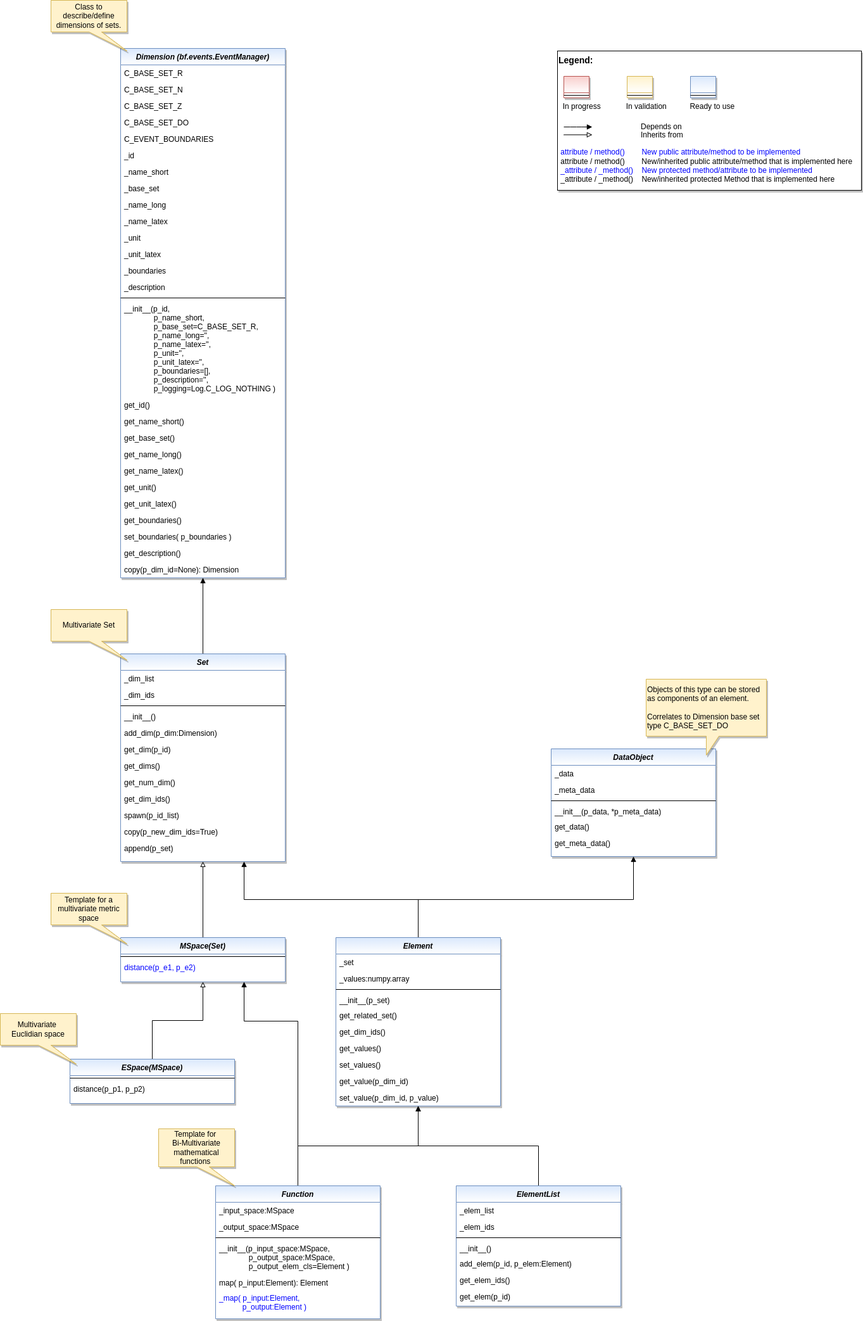
The draw.io diagram doc/rtd/content/append2/core/images/bf/MLPro-BF-Math_class_diagram.drawio.png in fhswf/MLPro, before a commit. Source tidied: cells renumbered, new cells last; positions are measured from the earlier drawing's top-left corner, leaving out a move shared by most shapes.
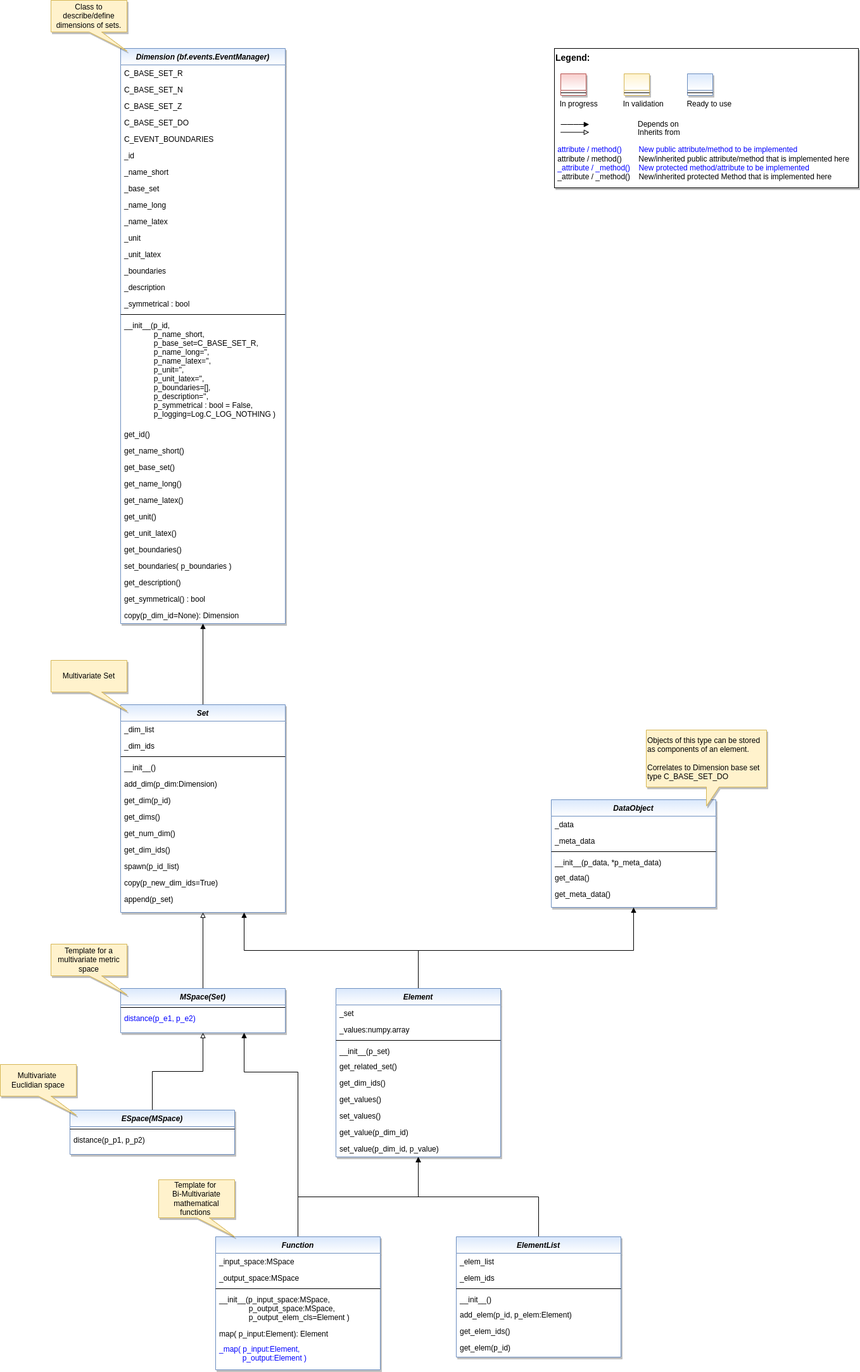
Later version of the same file.

Commit message:
Class Dimension, new property symmetrical

What changed in the source:
```diff
@@ -45,7 +45,7 @@
       <mxGeometry y="294" width="260" height="26" as="geometry" />
     </mxCell>
     <mxCell id="16" value="Dimension (bf.events.EventManager)" style="swimlane;fontStyle=3;align=center;verticalAlign=top;horizontal=1;startSize=26;rounded=0;shadow=1;strokeWidth=1;fillColor=#dae8fc;strokeColor=#6c8ebf;glass=0;gradientColor=#ffffff;swimlaneFillColor=#ffffff;" parent="1" vertex="1">
-      <mxGeometry x="190" y="76" width="260" height="836" as="geometry" />
+      <mxGeometry x="190" y="-4" width="260" height="908" as="geometry" />
     </mxCell>
     <mxCell id="17" value="C_BASE_SET_R" style="text;align=left;verticalAlign=top;spacingLeft=4;spacingRight=4;overflow=hidden;" parent="16" vertex="1">
       <mxGeometry y="26" width="260" height="26" as="geometry" />
@@ -89,44 +89,50 @@
     <mxCell id="30" value="_description" style="text;align=left;verticalAlign=top;spacingLeft=4;spacingRight=4;overflow=hidden;" parent="16" vertex="1">
       <mxGeometry y="364" width="260" height="26" as="geometry" />
     </mxCell>
+    <mxCell id="108" value="_symmetrical : bool" style="text;align=left;verticalAlign=top;spacingLeft=4;spacingRight=4;overflow=hidden;" parent="16" vertex="1">
+      <mxGeometry y="390" width="260" height="26" as="geometry" />
+    </mxCell>
     <mxCell id="31" style="line;html=1;strokeWidth=1;align=left;verticalAlign=middle;spacingTop=-1;spacingLeft=3;spacingRight=3;labelPosition=right;" parent="16" vertex="1">
-      <mxGeometry y="390" width="260" height="8" as="geometry" />
+      <mxGeometry y="416" width="260" height="8" as="geometry" />
     </mxCell>
-    <mxCell id="32" value="__init__(p_id, &#10;              p_name_short, &#10;              p_base_set=C_BASE_SET_R,&#10;              p_name_long='', &#10;              p_name_latex='', &#10;              p_unit='', &#10;              p_unit_latex='', &#10;              p_boundaries=[], &#10;              p_description='',&#10;              p_logging=Log.C_LOG_NOTHING )" style="text;align=left;verticalAlign=top;spacingLeft=4;spacingRight=4;overflow=hidden;" parent="16" vertex="1">
-      <mxGeometry y="398" width="260" height="152" as="geometry" />
+    <mxCell id="32" value="__init__(p_id, &#10;              p_name_short, &#10;              p_base_set=C_BASE_SET_R,&#10;              p_name_long='', &#10;              p_name_latex='', &#10;              p_unit='', &#10;              p_unit_latex='', &#10;              p_boundaries=[], &#10;              p_description='',&#10;              p_symmetrical : bool = False,&#10;              p_logging=Log.C_LOG_NOTHING )" style="text;align=left;verticalAlign=top;spacingLeft=4;spacingRight=4;overflow=hidden;" parent="16" vertex="1">
+      <mxGeometry y="424" width="260" height="172" as="geometry" />
     </mxCell>
     <mxCell id="33" value="get_id()" style="text;align=left;verticalAlign=top;spacingLeft=4;spacingRight=4;overflow=hidden;" parent="16" vertex="1">
-      <mxGeometry y="550" width="260" height="26" as="geometry" />
+      <mxGeometry y="596" width="260" height="26" as="geometry" />
     </mxCell>
     <mxCell id="34" value="get_name_short()" style="text;align=left;verticalAlign=top;spacingLeft=4;spacingRight=4;overflow=hidden;" parent="16" vertex="1">
-      <mxGeometry y="576" width="260" height="26" as="geometry" />
+      <mxGeometry y="622" width="260" height="26" as="geometry" />
     </mxCell>
     <mxCell id="35" value="get_base_set()" style="text;align=left;verticalAlign=top;spacingLeft=4;spacingRight=4;overflow=hidden;" parent="16" vertex="1">
-      <mxGeometry y="602" width="260" height="26" as="geometry" />
+      <mxGeometry y="648" width="260" height="26" as="geometry" />
     </mxCell>
     <mxCell id="36" value="get_name_long()" style="text;align=left;verticalAlign=top;spacingLeft=4;spacingRight=4;overflow=hidden;" parent="16" vertex="1">
-      <mxGeometry y="628" width="260" height="26" as="geometry" />
+      <mxGeometry y="674" width="260" height="26" as="geometry" />
     </mxCell>
     <mxCell id="37" value="get_name_latex()" style="text;align=left;verticalAlign=top;spacingLeft=4;spacingRight=4;overflow=hidden;" parent="16" vertex="1">
-      <mxGeometry y="654" width="260" height="26" as="geometry" />
+      <mxGeometry y="700" width="260" height="26" as="geometry" />
     </mxCell>
     <mxCell id="38" value="get_unit()" style="text;align=left;verticalAlign=top;spacingLeft=4;spacingRight=4;overflow=hidden;" parent="16" vertex="1">
-      <mxGeometry y="680" width="260" height="26" as="geometry" />
+      <mxGeometry y="726" width="260" height="26" as="geometry" />
     </mxCell>
     <mxCell id="39" value="get_unit_latex()" style="text;align=left;verticalAlign=top;spacingLeft=4;spacingRight=4;overflow=hidden;" parent="16" vertex="1">
-      <mxGeometry y="706" width="260" height="26" as="geometry" />
+      <mxGeometry y="752" width="260" height="26" as="geometry" />
     </mxCell>
     <mxCell id="40" value="get_boundaries()" style="text;align=left;verticalAlign=top;spacingLeft=4;spacingRight=4;overflow=hidden;" parent="16" vertex="1">
-      <mxGeometry y="732" width="260" height="26" as="geometry" />
+      <mxGeometry y="778" width="260" height="26" as="geometry" />
     </mxCell>
     <mxCell id="41" value="set_boundaries( p_boundaries )" style="text;align=left;verticalAlign=top;spacingLeft=4;spacingRight=4;overflow=hidden;" parent="16" vertex="1">
-      <mxGeometry y="758" width="260" height="26" as="geometry" />
+      <mxGeometry y="804" width="260" height="26" as="geometry" />
     </mxCell>
     <mxCell id="42" value="get_description()" style="text;align=left;verticalAlign=top;spacingLeft=4;spacingRight=4;overflow=hidden;" parent="16" vertex="1">
-      <mxGeometry y="784" width="260" height="26" as="geometry" />
+      <mxGeometry y="830" width="260" height="26" as="geometry" />
     </mxCell>
+    <mxCell id="109" value="get_symmetrical() : bool" style="text;align=left;verticalAlign=top;spacingLeft=4;spacingRight=4;overflow=hidden;" parent="16" vertex="1">
+      <mxGeometry y="856" width="260" height="26" as="geometry" />
+    </mxCell>
     <mxCell id="43" value="copy(p_dim_id=None): Dimension" style="text;align=left;verticalAlign=top;spacingLeft=4;spacingRight=4;overflow=hidden;" parent="16" vertex="1">
-      <mxGeometry y="810" width="260" height="26" as="geometry" />
+      <mxGeometry y="882" width="260" height="26" as="geometry" />
     </mxCell>
     <mxCell id="44" style="edgeStyle=orthogonalEdgeStyle;rounded=0;jettySize=auto;html=1;exitX=0.5;exitY=0;exitDx=0;exitDy=0;endArrow=block;endFill=1;entryX=0.5;entryY=1;entryDx=0;entryDy=0;" parent="1" edge="1" source="67" target="47">
       <mxGeometry relative="1" as="geometry">
@@ -167,10 +173,10 @@
       <mxGeometry x="1020" y="1072" width="190" height="120" as="geometry" />
     </mxCell>
     <mxCell id="55" value="Class to describe/define dimensions of sets." style="shape=callout;whiteSpace=wrap;html=1;perimeter=calloutPerimeter;fillColor=#fff2cc;strokeColor=#d6b656;shadow=1;position2=1;" parent="1" vertex="1">
-      <mxGeometry x="80" width="120" height="80" as="geometry" />
+      <mxGeometry x="80" y="-80" width="120" height="80" as="geometry" />
     </mxCell>
     <mxCell id="56" style="group;" parent="1" vertex="1">
-      <mxGeometry x="880" y="80" width="480" height="220" as="geometry" />
+      <mxGeometry x="875" y="-4" width="480" height="220" as="geometry" />
     </mxCell>
     <mxCell id="57" value="&lt;font color=&quot;#000000&quot; size=&quot;1&quot;&gt;&lt;b style=&quot;font-size: 14px&quot;&gt;Legend:&lt;br&gt;&lt;/b&gt;&lt;/font&gt;&lt;br&gt;&lt;br&gt;&lt;br&gt;&lt;font color=&quot;#0000ff&quot; style=&quot;font-size: 6px&quot;&gt;&lt;br&gt;&lt;/font&gt;&lt;span style=&quot;color: rgb(0 , 0 , 0)&quot;&gt;&lt;font style=&quot;font-size: 4px&quot;&gt;&amp;nbsp; &amp;nbsp;&lt;/font&gt;&amp;nbsp;In progress&amp;nbsp; &amp;nbsp; &amp;nbsp; &amp;nbsp; &amp;nbsp; &amp;nbsp; In validation&amp;nbsp; &amp;nbsp; &amp;nbsp; &amp;nbsp; &amp;nbsp; &amp;nbsp;Ready to use&lt;/span&gt;&lt;font color=&quot;#000000&quot;&gt;&amp;nbsp;&lt;br&gt;&lt;/font&gt;&lt;font color=&quot;#0000ff&quot;&gt;&lt;br&gt;&lt;br&gt;&lt;br&gt;&lt;br&gt;&amp;nbsp;attribute / method()&amp;nbsp; &amp;nbsp; &amp;nbsp; &amp;nbsp; New public attribute/method to be implemented&lt;/font&gt;&lt;br&gt;&lt;font color=&quot;#000000&quot;&gt;&amp;nbsp;&lt;/font&gt;&lt;font color=&quot;#000000&quot;&gt;attribute / method()&lt;span&gt;&#9;&lt;/span&gt;&amp;nbsp; &amp;nbsp; &amp;nbsp; &amp;nbsp;New/inherited public attribute/method that is implemented here&lt;br&gt;&lt;/font&gt;&lt;font color=&quot;#0000ff&quot;&gt;&amp;nbsp;_attribute /&amp;nbsp;&lt;/font&gt;&lt;font color=&quot;#0000ff&quot;&gt;_method()&amp;nbsp; &amp;nbsp; New protected method/attribute to be implemented&lt;/font&gt;&lt;br&gt;&lt;font color=&quot;#000000&quot;&gt;&amp;nbsp;_attribute / _method()&amp;nbsp; &amp;nbsp; New/inherited protected Method that is implemented here&lt;br&gt;&lt;/font&gt;&lt;font color=&quot;#000000&quot;&gt;&lt;br&gt;&lt;br&gt;&lt;br&gt;&lt;br&gt;&lt;br&gt;&lt;/font&gt;" style="text;html=1;align=left;verticalAlign=top;whiteSpace=wrap;rounded=0;fontColor=#006600;strokeColor=#000000;shadow=1;fillColor=#ffffff;" parent="56" vertex="1">
       <mxGeometry width="480" height="220" as="geometry" />
```
